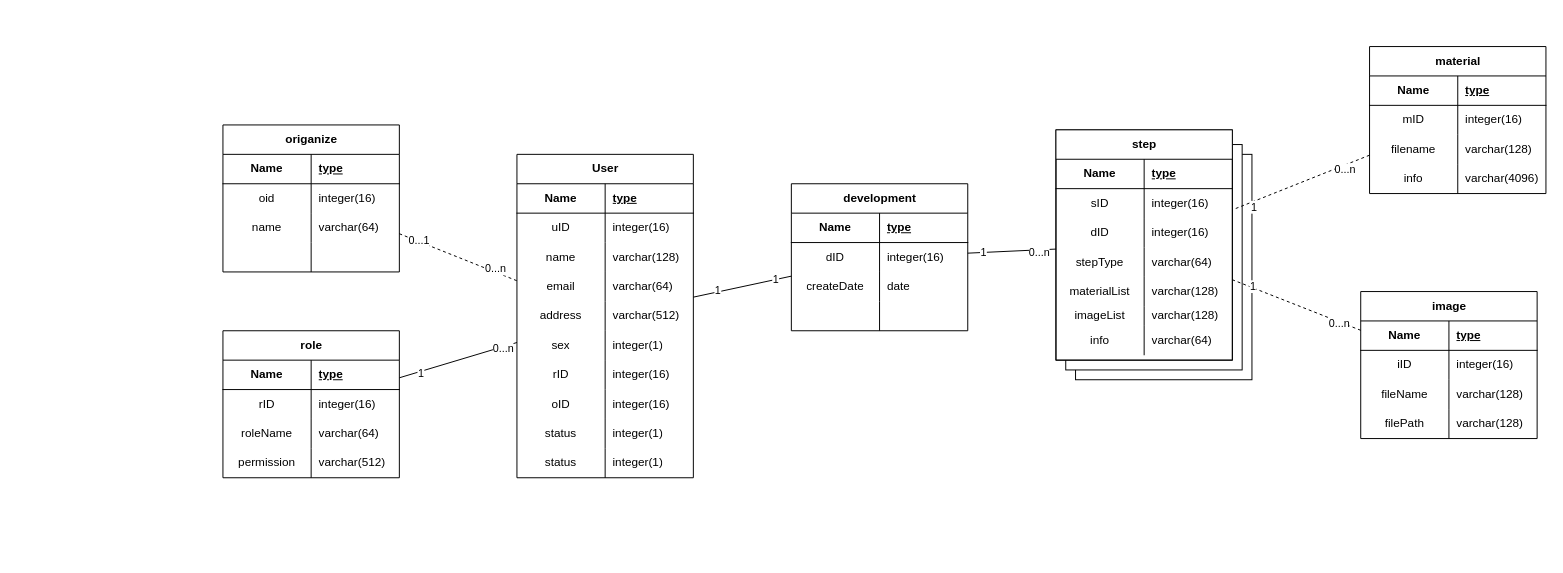
Before: uml/er图.drawio in abc2513/ArknightsRoguelikeMapFlowchart, a draw.io diagram. Source tidied: cells renumbered, new cells numbered last; positions are measured from the earlier drawing's top-left corner, leaving out a move shared by most shapes. Both pictures are drawn from the tidied source at 98%, with x=0, y=0 at pixel (222, 46).
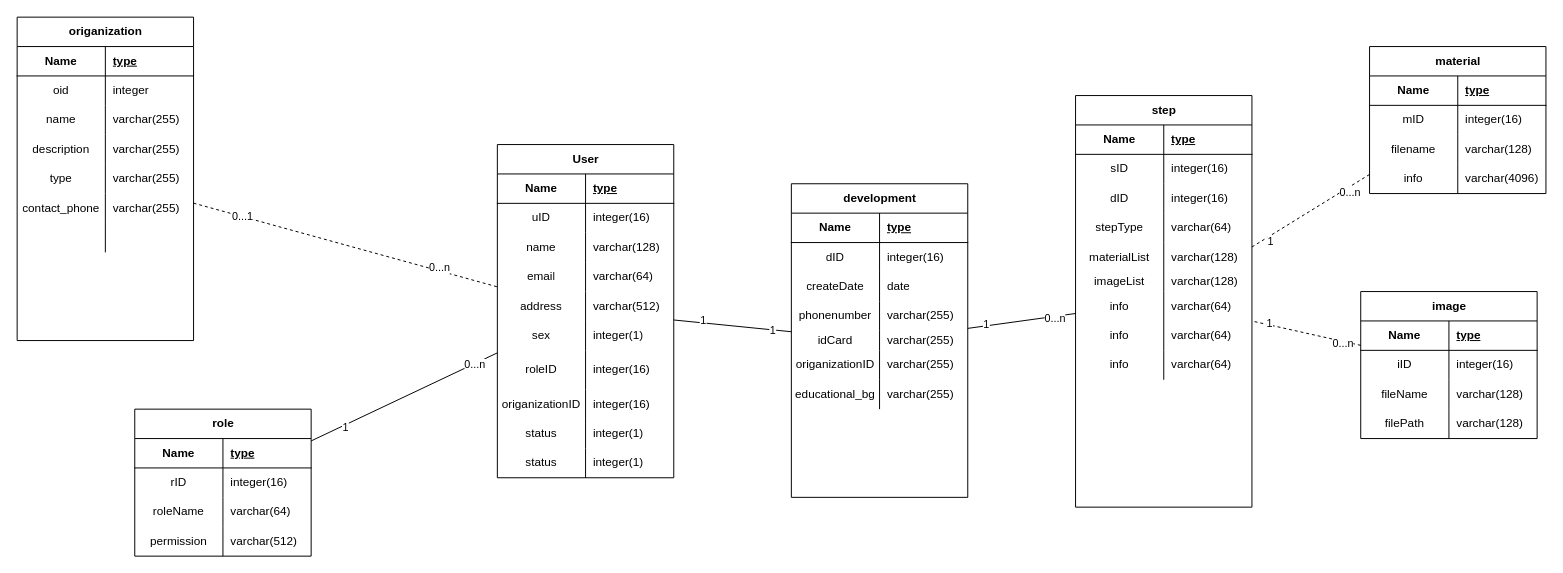
Above is the later version.

The change refers to these unchanged cells:
```xml
<mxCell id="9" style="shape=tableRow;horizontal=0;startSize=0;swimlaneHead=0;swimlaneBody=0;fillColor=none;top=0;left=0;right=0;bottom=0;" parent="5" vertex="1">
  <mxGeometry y="60" width="180" height="30" as="geometry" />
</mxCell>
<mxCell id="12" style="shape=tableRow;horizontal=0;startSize=0;swimlaneHead=0;swimlaneBody=0;fillColor=none;top=0;left=0;right=0;bottom=0;" parent="5" vertex="1">
  <mxGeometry y="90" width="180" height="30" as="geometry" />
</mxCell>
<mxCell id="15" style="shape=tableRow;horizontal=0;startSize=0;swimlaneHead=0;swimlaneBody=0;fillColor=none;top=0;left=0;right=0;bottom=0;" parent="5" vertex="1">
  <mxGeometry y="120" width="180" height="30" as="geometry" />
</mxCell>
<mxCell id="59" style="shape=tableRow;horizontal=0;startSize=0;swimlaneHead=0;swimlaneBody=0;fillColor=none;top=0;left=0;right=0;bottom=0;" parent="49" vertex="1">
  <mxGeometry y="120" width="180" height="30" as="geometry" />
</mxCell>
```

Diff of the diagram source:
```diff
@@
-    <mxCell id="2" style="rounded=0;whiteSpace=wrap;html=1;" parent="1" vertex="1">
-      <mxGeometry x="870" y="110" width="180" height="230" as="geometry" />
-    </mxCell>
-    <mxCell id="3" style="rounded=0;whiteSpace=wrap;html=1;" parent="1" vertex="1">
-      <mxGeometry x="860" y="100" width="180" height="230" as="geometry" />
-    </mxCell>
-    <mxCell id="4" style="rounded=0;whiteSpace=wrap;html=1;" parent="1" vertex="1">
-      <mxGeometry x="850" y="85" width="180" height="235" as="geometry" />
-    </mxCell>
-    <mxCell id="5" value="origanize" style="shape=table;startSize=30;childLayout=tableLayout;rowLines=0;fontStyle=1;align=center;html=1;" parent="1" vertex="1">
-      <mxGeometry y="80" width="180" height="150" as="geometry" />
+    <mxCell id="5" value="origanization" style="shape=table;startSize=30;childLayout=tableLayout;rowLines=0;fontStyle=1;align=center;html=1;" parent="1" vertex="1">
+      <mxGeometry x="-210" y="-30" width="180" height="330" as="geometry" />
     </mxCell>
@@
-    <mxCell id="11" value="integer(16)" style="shape=partialRectangle;fillColor=none;top=0;left=0;bottom=0;right=0;align=left;spacingLeft=6;overflow=hidden;whiteSpace=wrap;html=1;" parent="9" vertex="1">
+    <mxCell id="11" value="integer" style="shape=partialRectangle;fillColor=none;top=0;left=0;bottom=0;right=0;align=left;spacingLeft=6;overflow=hidden;whiteSpace=wrap;html=1;" parent="9" vertex="1">
       <mxGeometry x="90" width="90" height="30" as="geometry" />
     </mxCell>
@@
-    <mxCell id="14" value="varchar(64)" style="shape=partialRectangle;fillColor=none;top=0;left=0;bottom=0;right=0;align=left;spacingLeft=6;overflow=hidden;whiteSpace=wrap;html=1;" parent="12" vertex="1">
+    <mxCell id="14" value="varchar(255)" style="shape=partialRectangle;fillColor=none;top=0;left=0;bottom=0;right=0;align=left;spacingLeft=6;overflow=hidden;whiteSpace=wrap;html=1;" parent="12" vertex="1">
       <mxGeometry x="90" width="90" height="30" as="geometry" />
     </mxCell>
@@
-    <mxCell id="16" style="shape=partialRectangle;fillColor=none;top=0;left=0;bottom=0;right=0;overflow=hidden;whiteSpace=wrap;html=1;" parent="15" vertex="1">
+    <mxCell id="16" value="description" style="shape=partialRectangle;fillColor=none;top=0;left=0;bottom=0;right=0;overflow=hidden;whiteSpace=wrap;html=1;" parent="15" vertex="1">
       <mxGeometry width="90" height="30" as="geometry" />
     </mxCell>
-    <mxCell id="17" style="shape=partialRectangle;fillColor=none;top=0;left=0;bottom=0;right=0;align=left;spacingLeft=6;overflow=hidden;whiteSpace=wrap;html=1;" parent="15" vertex="1">
+    <mxCell id="17" value="varchar(255)" style="shape=partialRectangle;fillColor=none;top=0;left=0;bottom=0;right=0;align=left;spacingLeft=6;overflow=hidden;whiteSpace=wrap;html=1;" parent="15" vertex="1">
       <mxGeometry x="90" width="90" height="30" as="geometry" />
     </mxCell>
+    <mxCell id="141" style="shape=tableRow;horizontal=0;startSize=0;swimlaneHead=0;swimlaneBody=0;fillColor=none;top=0;left=0;right=0;bottom=0;" parent="5" vertex="1">
+      <mxGeometry y="150" width="180" height="30" as="geometry" />
+    </mxCell>
+    <mxCell id="142" value="type" style="shape=partialRectangle;fillColor=none;top=0;left=0;bottom=0;right=0;overflow=hidden;whiteSpace=wrap;html=1;" parent="141" vertex="1">
+      <mxGeometry width="90" height="30" as="geometry" />
+    </mxCell>
+    <mxCell id="143" value="varchar(255)" style="shape=partialRectangle;fillColor=none;top=0;left=0;bottom=0;right=0;align=left;spacingLeft=6;overflow=hidden;whiteSpace=wrap;html=1;" parent="141" vertex="1">
+      <mxGeometry x="90" width="90" height="30" as="geometry" />
+    </mxCell>
+    <mxCell id="144" style="shape=tableRow;horizontal=0;startSize=0;swimlaneHead=0;swimlaneBody=0;fillColor=none;top=0;left=0;right=0;bottom=0;" parent="5" vertex="1">
+      <mxGeometry y="180" width="180" height="30" as="geometry" />
+    </mxCell>
+    <mxCell id="145" value="contact_phone" style="shape=partialRectangle;fillColor=none;top=0;left=0;bottom=0;right=0;overflow=hidden;whiteSpace=wrap;html=1;" parent="144" vertex="1">
+      <mxGeometry width="90" height="30" as="geometry" />
+    </mxCell>
+    <mxCell id="146" value="varchar(255)" style="shape=partialRectangle;fillColor=none;top=0;left=0;bottom=0;right=0;align=left;spacingLeft=6;overflow=hidden;whiteSpace=wrap;html=1;" parent="144" vertex="1">
+      <mxGeometry x="90" width="90" height="30" as="geometry" />
+    </mxCell>
+    <mxCell id="147" style="shape=tableRow;horizontal=0;startSize=0;swimlaneHead=0;swimlaneBody=0;fillColor=none;top=0;left=0;right=0;bottom=0;" parent="5" vertex="1">
+      <mxGeometry y="210" width="180" height="30" as="geometry" />
+    </mxCell>
+    <mxCell id="148" style="shape=partialRectangle;fillColor=none;top=0;left=0;bottom=0;right=0;overflow=hidden;whiteSpace=wrap;html=1;" parent="147" vertex="1">
+      <mxGeometry width="90" height="30" as="geometry" />
+    </mxCell>
+    <mxCell id="149" style="shape=partialRectangle;fillColor=none;top=0;left=0;bottom=0;right=0;align=left;spacingLeft=6;overflow=hidden;whiteSpace=wrap;html=1;" parent="147" vertex="1">
+      <mxGeometry x="90" width="90" height="30" as="geometry" />
+    </mxCell>
     <mxCell id="18" value="User" style="shape=table;startSize=30;childLayout=tableLayout;rowLines=0;fontStyle=1;align=center;html=1;" parent="1" vertex="1">
-      <mxGeometry x="300" y="110" width="180" height="330" as="geometry" />
+      <mxGeometry x="280" y="100" width="180" height="340" as="geometry" />
     </mxCell>
@@
     <mxCell id="37" style="shape=tableRow;horizontal=0;startSize=0;swimlaneHead=0;swimlaneBody=0;fillColor=none;top=0;left=0;right=0;bottom=0;" parent="18" vertex="1">
-      <mxGeometry y="210" width="180" height="30" as="geometry" />
+      <mxGeometry y="210" width="180" height="40" as="geometry" />
     </mxCell>
-    <mxCell id="38" value="&lt;div&gt;rID&lt;/div&gt;" style="shape=partialRectangle;fillColor=none;top=0;left=0;bottom=0;right=0;overflow=hidden;whiteSpace=wrap;html=1;" parent="37" vertex="1">
-      <mxGeometry width="90" height="30" as="geometry" />
+    <mxCell id="38" value="&lt;div&gt;roleID&lt;/div&gt;" style="shape=partialRectangle;fillColor=none;top=0;left=0;bottom=0;right=0;overflow=hidden;whiteSpace=wrap;html=1;" parent="37" vertex="1">
+      <mxGeometry width="90" height="40" as="geometry" />
     </mxCell>
     <mxCell id="39" value="integer(16)" style="shape=partialRectangle;fillColor=none;top=0;left=0;bottom=0;right=0;align=left;spacingLeft=6;overflow=hidden;whiteSpace=wrap;html=1;" parent="37" vertex="1">
-      <mxGeometry x="90" width="90" height="30" as="geometry" />
+      <mxGeometry x="90" width="90" height="40" as="geometry" />
     </mxCell>
     <mxCell id="40" style="shape=tableRow;horizontal=0;startSize=0;swimlaneHead=0;swimlaneBody=0;fillColor=none;top=0;left=0;right=0;bottom=0;" parent="18" vertex="1">
-      <mxGeometry y="240" width="180" height="30" as="geometry" />
+      <mxGeometry y="250" width="180" height="30" as="geometry" />
     </mxCell>
-    <mxCell id="41" value="oID" style="shape=partialRectangle;fillColor=none;top=0;left=0;bottom=0;right=0;overflow=hidden;whiteSpace=wrap;html=1;" parent="40" vertex="1">
+    <mxCell id="41" value="origanizationID" style="shape=partialRectangle;fillColor=none;top=0;left=0;bottom=0;right=0;overflow=hidden;whiteSpace=wrap;html=1;" parent="40" vertex="1">
       <mxGeometry width="90" height="30" as="geometry" />
     </mxCell>
@@
     <mxCell id="43" style="shape=tableRow;horizontal=0;startSize=0;swimlaneHead=0;swimlaneBody=0;fillColor=none;top=0;left=0;right=0;bottom=0;" parent="18" vertex="1">
-      <mxGeometry y="270" width="180" height="30" as="geometry" />
+      <mxGeometry y="280" width="180" height="30" as="geometry" />
     </mxCell>
@@
     <mxCell id="46" style="shape=tableRow;horizontal=0;startSize=0;swimlaneHead=0;swimlaneBody=0;fillColor=none;top=0;left=0;right=0;bottom=0;" parent="18" vertex="1">
-      <mxGeometry y="300" width="180" height="30" as="geometry" />
+      <mxGeometry y="310" width="180" height="30" as="geometry" />
     </mxCell>
@@
     <mxCell id="49" value="development" style="shape=table;startSize=30;childLayout=tableLayout;rowLines=0;fontStyle=1;align=center;html=1;" parent="1" vertex="1">
-      <mxGeometry x="580" y="140" width="180" height="150" as="geometry" />
+      <mxGeometry x="580" y="140" width="180" height="320" as="geometry" />
     </mxCell>
@@
-    <mxCell id="60" style="shape=partialRectangle;fillColor=none;top=0;left=0;bottom=0;right=0;overflow=hidden;whiteSpace=wrap;html=1;" parent="59" vertex="1">
+    <mxCell id="60" value="phonenumber" style="shape=partialRectangle;fillColor=none;top=0;left=0;bottom=0;right=0;overflow=hidden;whiteSpace=wrap;html=1;" parent="59" vertex="1">
       <mxGeometry width="90" height="30" as="geometry" />
     </mxCell>
-    <mxCell id="61" style="shape=partialRectangle;fillColor=none;top=0;left=0;bottom=0;right=0;align=left;spacingLeft=6;overflow=hidden;whiteSpace=wrap;html=1;" parent="59" vertex="1">
+    <mxCell id="61" value="varchar(255)" style="shape=partialRectangle;fillColor=none;top=0;left=0;bottom=0;right=0;align=left;spacingLeft=6;overflow=hidden;whiteSpace=wrap;html=1;" parent="59" vertex="1">
       <mxGeometry x="90" width="90" height="30" as="geometry" />
     </mxCell>
+    <mxCell id="150" style="shape=tableRow;horizontal=0;startSize=0;swimlaneHead=0;swimlaneBody=0;fillColor=none;top=0;left=0;right=0;bottom=0;" parent="49" vertex="1">
+      <mxGeometry y="150" width="180" height="20" as="geometry" />
+    </mxCell>
+    <mxCell id="151" value="idCard" style="shape=partialRectangle;fillColor=none;top=0;left=0;bottom=0;right=0;overflow=hidden;whiteSpace=wrap;html=1;" parent="150" vertex="1">
+      <mxGeometry width="90" height="20" as="geometry" />
+    </mxCell>
+    <mxCell id="152" value="varchar(255)" style="shape=partialRectangle;fillColor=none;top=0;left=0;bottom=0;right=0;align=left;spacingLeft=6;overflow=hidden;whiteSpace=wrap;html=1;" parent="150" vertex="1">
+      <mxGeometry x="90" width="90" height="20" as="geometry" />
+    </mxCell>
+    <mxCell id="153" style="shape=tableRow;horizontal=0;startSize=0;swimlaneHead=0;swimlaneBody=0;fillColor=none;top=0;left=0;right=0;bottom=0;" parent="49" vertex="1">
+      <mxGeometry y="170" width="180" height="30" as="geometry" />
+    </mxCell>
+    <mxCell id="154" value="origanizationID" style="shape=partialRectangle;fillColor=none;top=0;left=0;bottom=0;right=0;overflow=hidden;whiteSpace=wrap;html=1;" parent="153" vertex="1">
+      <mxGeometry width="90" height="30" as="geometry" />
+    </mxCell>
+    <mxCell id="155" value="varchar(255)" style="shape=partialRectangle;fillColor=none;top=0;left=0;bottom=0;right=0;align=left;spacingLeft=6;overflow=hidden;whiteSpace=wrap;html=1;" parent="153" vertex="1">
+      <mxGeometry x="90" width="90" height="30" as="geometry" />
+    </mxCell>
+    <mxCell id="156" style="shape=tableRow;horizontal=0;startSize=0;swimlaneHead=0;swimlaneBody=0;fillColor=none;top=0;left=0;right=0;bottom=0;" parent="49" vertex="1">
+      <mxGeometry y="200" width="180" height="30" as="geometry" />
+    </mxCell>
+    <mxCell id="157" value="educational_bg" style="shape=partialRectangle;fillColor=none;top=0;left=0;bottom=0;right=0;overflow=hidden;whiteSpace=wrap;html=1;" parent="156" vertex="1">
+      <mxGeometry width="90" height="30" as="geometry" />
+    </mxCell>
+    <mxCell id="158" value="varchar(255)" style="shape=partialRectangle;fillColor=none;top=0;left=0;bottom=0;right=0;align=left;spacingLeft=6;overflow=hidden;whiteSpace=wrap;html=1;" parent="156" vertex="1">
+      <mxGeometry x="90" width="90" height="30" as="geometry" />
+    </mxCell>
@@
     <mxCell id="88" value="step" style="shape=table;startSize=30;childLayout=tableLayout;rowLines=0;fontStyle=1;align=center;html=1;" parent="1" vertex="1">
-      <mxGeometry x="850" y="85" width="180" height="235" as="geometry" />
+      <mxGeometry x="870" y="50" width="180" height="420" as="geometry" />
     </mxCell>
@@
+    <mxCell id="159" style="shape=tableRow;horizontal=0;startSize=0;swimlaneHead=0;swimlaneBody=0;fillColor=none;top=0;left=0;right=0;bottom=0;" parent="88" vertex="1">
+      <mxGeometry y="230" width="180" height="30" as="geometry" />
+    </mxCell>
+    <mxCell id="160" value="info" style="shape=partialRectangle;fillColor=none;top=0;left=0;bottom=0;right=0;overflow=hidden;whiteSpace=wrap;html=1;" parent="159" vertex="1">
+      <mxGeometry width="90" height="30" as="geometry" />
+    </mxCell>
+    <mxCell id="161" value="varchar(64)" style="shape=partialRectangle;fillColor=none;top=0;left=0;bottom=0;right=0;align=left;spacingLeft=6;overflow=hidden;whiteSpace=wrap;html=1;" parent="159" vertex="1">
+      <mxGeometry x="90" width="90" height="30" as="geometry" />
+    </mxCell>
+    <mxCell id="162" style="shape=tableRow;horizontal=0;startSize=0;swimlaneHead=0;swimlaneBody=0;fillColor=none;top=0;left=0;right=0;bottom=0;" parent="88" vertex="1">
+      <mxGeometry y="260" width="180" height="30" as="geometry" />
+    </mxCell>
+    <mxCell id="163" value="info" style="shape=partialRectangle;fillColor=none;top=0;left=0;bottom=0;right=0;overflow=hidden;whiteSpace=wrap;html=1;" parent="162" vertex="1">
+      <mxGeometry width="90" height="30" as="geometry" />
+    </mxCell>
+    <mxCell id="164" value="varchar(64)" style="shape=partialRectangle;fillColor=none;top=0;left=0;bottom=0;right=0;align=left;spacingLeft=6;overflow=hidden;whiteSpace=wrap;html=1;" parent="162" vertex="1">
+      <mxGeometry x="90" width="90" height="30" as="geometry" />
+    </mxCell>
     <mxCell id="110" value="&lt;div&gt;role&lt;/div&gt;" style="shape=table;startSize=30;childLayout=tableLayout;rowLines=0;fontStyle=1;align=center;html=1;" parent="1" vertex="1">
-      <mxGeometry y="290" width="180" height="150" as="geometry" />
+      <mxGeometry x="-90" y="370" width="180" height="150" as="geometry" />
     </mxCell>
```
